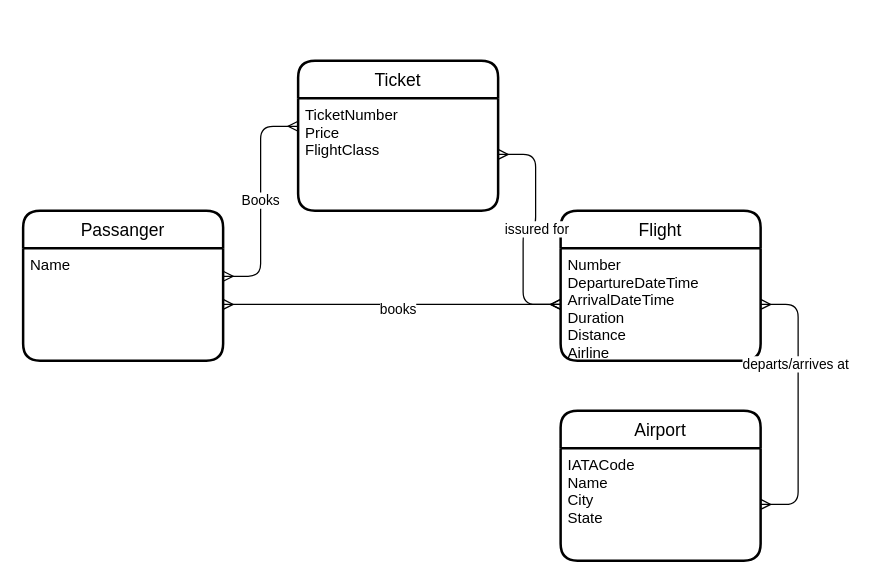
This is Untitled Diagram.drawio from HiBonjour/github-slideshow, a draw.io file, before an edit. Source tidied: cells renumbered, new cells numbered last; positions are measured from the earlier drawing's top-left corner, leaving out a move shared by most shapes. Both pictures are drawn from the tidied source at 125%, with x=0, y=0 at pixel (22, 60).
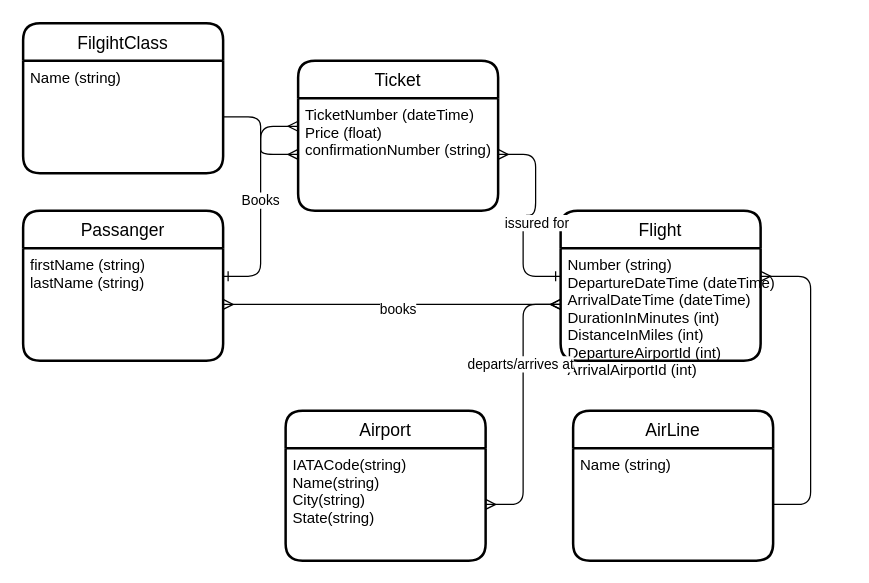
The same diagram, later.

Unchanged cells that the change refers to:
```xml
<mxCell id="2" value="Passanger" style="swimlane;horizontal=1;startSize=30;rounded=1;fontSize=14;fontStyle=0;strokeWidth=2;shadow=0;dashed=0;align=center;" parent="1" vertex="1">
  <mxGeometry y="120" width="160" height="120" as="geometry" />
</mxCell>
<mxCell id="4" value="Flight" style="swimlane;horizontal=1;startSize=30;rounded=1;fontSize=14;fontStyle=0;strokeWidth=2;shadow=0;dashed=0;align=center;" parent="1" vertex="1">
  <mxGeometry x="430" y="120" width="160" height="120" as="geometry" />
</mxCell>
<mxCell id="12" value="Ticket" style="swimlane;horizontal=1;startSize=30;rounded=1;fontSize=14;fontStyle=0;strokeWidth=2;shadow=0;dashed=0;align=center;" parent="1" vertex="1">
  <mxGeometry x="220" width="160" height="120" as="geometry" />
</mxCell>
```

The edit, as a diff of the source:
```diff
@@
-    <mxCell id="3" value="Name" style="align=left;strokeColor=none;fillColor=none;spacingLeft=4;fontSize=12;verticalAlign=top;" parent="2" vertex="1">
+    <mxCell id="3" value="firstName (string)&#10;lastName (string)" style="align=left;strokeColor=none;fillColor=none;spacingLeft=4;fontSize=12;verticalAlign=top;" parent="2" vertex="1">
       <mxGeometry y="30" width="160" height="90" as="geometry" />
     </mxCell>
@@
-    <mxCell id="5" value="Number&#10;DepartureDateTime&#10;ArrivalDateTime&#10;Duration&#10;Distance&#10;Airline" style="align=left;strokeColor=none;fillColor=none;spacingLeft=4;fontSize=12;verticalAlign=top;" parent="4" vertex="1">
+    <mxCell id="5" value="Number (string)&#10;DepartureDateTime (dateTime)&#10;ArrivalDateTime (dateTime)&#10;DurationInMinutes (int)&#10;DistanceInMiles (int)&#10;DepartureAirportId (int)&#10;ArrivalAirportId (int)" style="align=left;strokeColor=none;fillColor=none;spacingLeft=4;fontSize=12;verticalAlign=top;" parent="4" vertex="1">
       <mxGeometry y="30" width="160" height="90" as="geometry" />
     </mxCell>
@@
     <mxCell id="8" value="Airport" style="swimlane;horizontal=1;startSize=30;rounded=1;fontSize=14;fontStyle=0;strokeWidth=2;shadow=0;dashed=0;align=center;" parent="1" vertex="1">
-      <mxGeometry x="430" y="280" width="160" height="120" as="geometry" />
+      <mxGeometry x="210" y="280" width="160" height="120" as="geometry" />
     </mxCell>
-    <mxCell id="9" value="IATACode&#10;Name&#10;City&#10;State" style="align=left;strokeColor=none;fillColor=none;spacingLeft=4;fontSize=12;verticalAlign=top;" parent="8" vertex="1">
+    <mxCell id="9" value="IATACode(string)&#10;Name(string)&#10;City(string)&#10;State(string)" style="align=left;strokeColor=none;fillColor=none;spacingLeft=4;fontSize=12;verticalAlign=top;" parent="8" vertex="1">
       <mxGeometry y="30" width="160" height="90" as="geometry" />
     </mxCell>
@@
-    <mxCell id="13" value="TicketNumber&#10;Price&#10;FlightClass" style="align=left;strokeColor=none;fillColor=none;spacingLeft=4;fontSize=12;verticalAlign=top;" parent="12" vertex="1">
+    <mxCell id="13" value="TicketNumber (dateTime)&#10;Price (float)&#10;confirmationNumber (string)" style="align=left;strokeColor=none;fillColor=none;spacingLeft=4;fontSize=12;verticalAlign=top;" parent="12" vertex="1">
       <mxGeometry y="30" width="160" height="90" as="geometry" />
     </mxCell>
-    <mxCell id="14" style="edgeStyle=entityRelationEdgeStyle;fontSize=12;html=1;endArrow=ERmany;startArrow=ERmany;exitX=1;exitY=0.25;exitDx=0;exitDy=0;entryX=0;entryY=0.25;entryDx=0;entryDy=0;" parent="1" edge="1" source="3" target="13">
+    <mxCell id="14" style="edgeStyle=entityRelationEdgeStyle;fontSize=12;html=1;endArrow=ERmany;startArrow=ERone;exitX=1;exitY=0.25;exitDx=0;exitDy=0;entryX=0;entryY=0.25;entryDx=0;entryDy=0;startFill=0;" parent="1" edge="1" source="3" target="13">
       <mxGeometry relative="1" as="geometry" />
     </mxCell>
@@
-    <mxCell id="16" style="edgeStyle=entityRelationEdgeStyle;fontSize=12;html=1;endArrow=ERmany;startArrow=ERmany;exitX=1;exitY=0.5;exitDx=0;exitDy=0;" parent="1" edge="1" source="13" target="5">
+    <mxCell id="16" style="edgeStyle=entityRelationEdgeStyle;fontSize=12;html=1;endArrow=ERone;startArrow=ERmany;exitX=1;exitY=0.5;exitDx=0;exitDy=0;endFill=0;entryX=0;entryY=0.25;entryDx=0;entryDy=0;" parent="1" edge="1" source="13" target="5">
       <mxGeometry relative="1" as="geometry" />
     </mxCell>
@@
+    <mxCell id="18" value="AirLine" style="swimlane;horizontal=1;startSize=30;rounded=1;fontSize=14;fontStyle=0;strokeWidth=2;shadow=0;dashed=0;align=center;" parent="1" vertex="1">
+      <mxGeometry x="440" y="280" width="160" height="120" as="geometry" />
+    </mxCell>
+    <mxCell id="19" value="Name (string)" style="align=left;strokeColor=none;fillColor=none;spacingLeft=4;fontSize=12;verticalAlign=top;" parent="18" vertex="1">
+      <mxGeometry y="30" width="160" height="90" as="geometry" />
+    </mxCell>
+    <mxCell id="20" style="edgeStyle=entityRelationEdgeStyle;fontSize=12;html=1;endArrow=ERmany;entryX=1;entryY=0.25;entryDx=0;entryDy=0;endFill=0;" parent="1" edge="1" source="19" target="5">
+      <mxGeometry relative="1" as="geometry" />
+    </mxCell>
+    <mxCell id="21" value="FilgihtClass" style="swimlane;horizontal=1;startSize=30;rounded=1;fontSize=14;fontStyle=0;strokeWidth=2;shadow=0;dashed=0;align=center;" parent="1" vertex="1">
+      <mxGeometry y="-30" width="160" height="120" as="geometry" />
+    </mxCell>
+    <mxCell id="22" value="Name (string)" style="align=left;strokeColor=none;fillColor=none;spacingLeft=4;fontSize=12;verticalAlign=top;" parent="21" vertex="1">
+      <mxGeometry y="30" width="160" height="90" as="geometry" />
+    </mxCell>
+    <mxCell id="23" style="edgeStyle=entityRelationEdgeStyle;fontSize=12;html=1;endArrow=ERmany;exitX=1;exitY=0.5;exitDx=0;exitDy=0;entryX=0;entryY=0.5;entryDx=0;entryDy=0;" parent="1" edge="1" source="22" target="13">
+      <mxGeometry relative="1" as="geometry" />
+    </mxCell>
```
